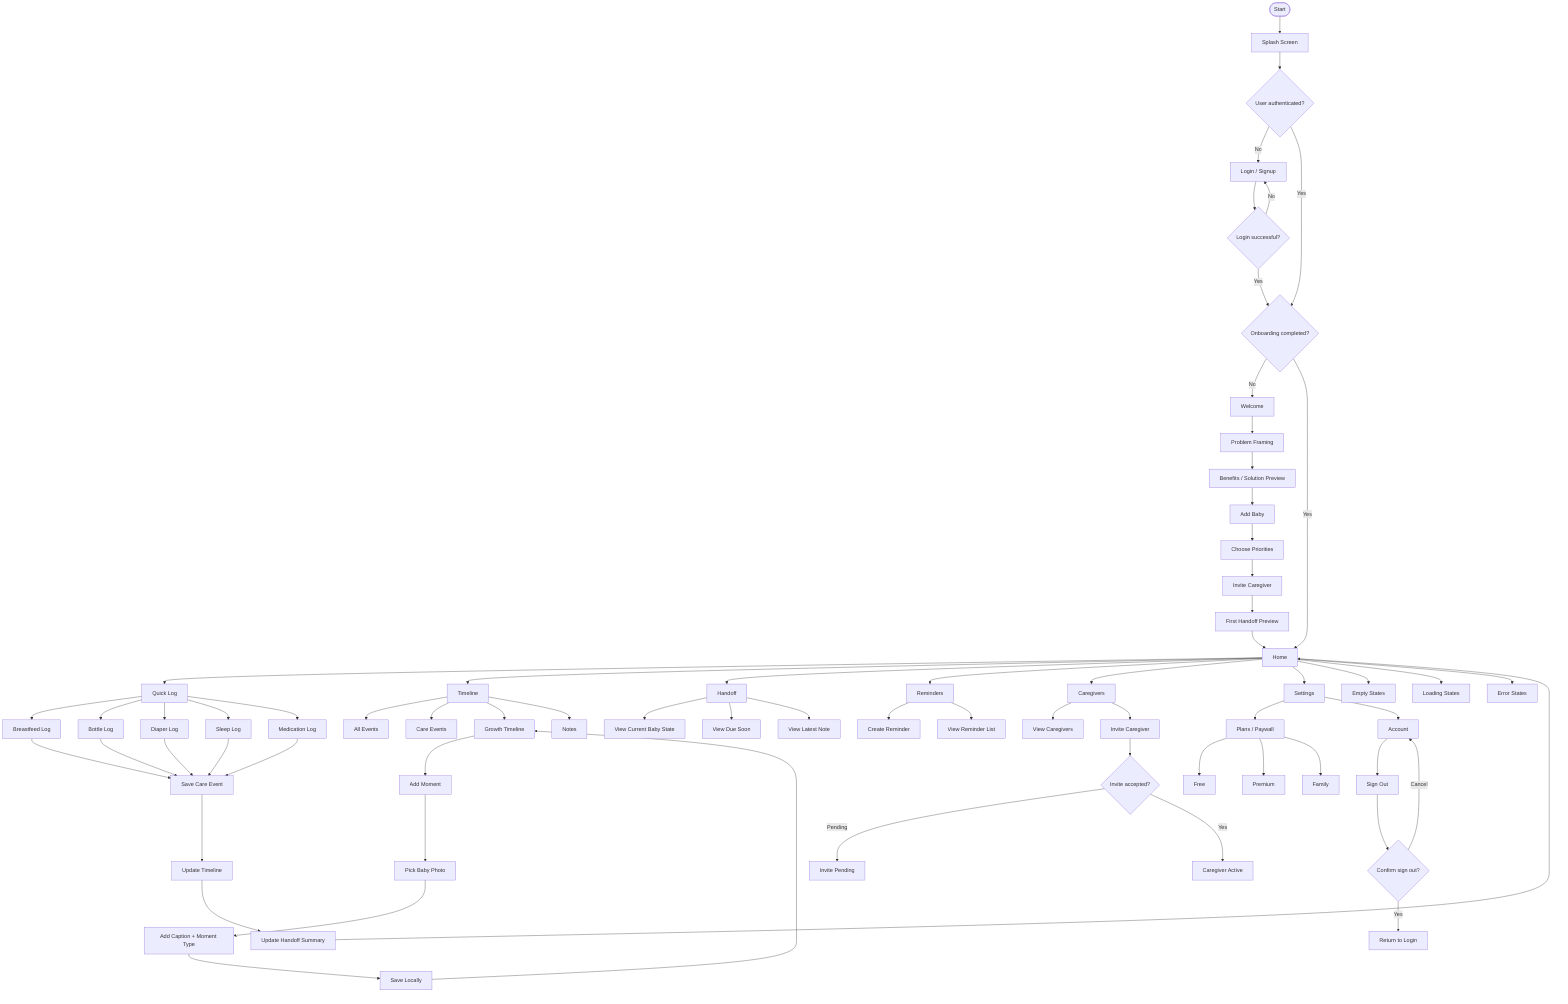
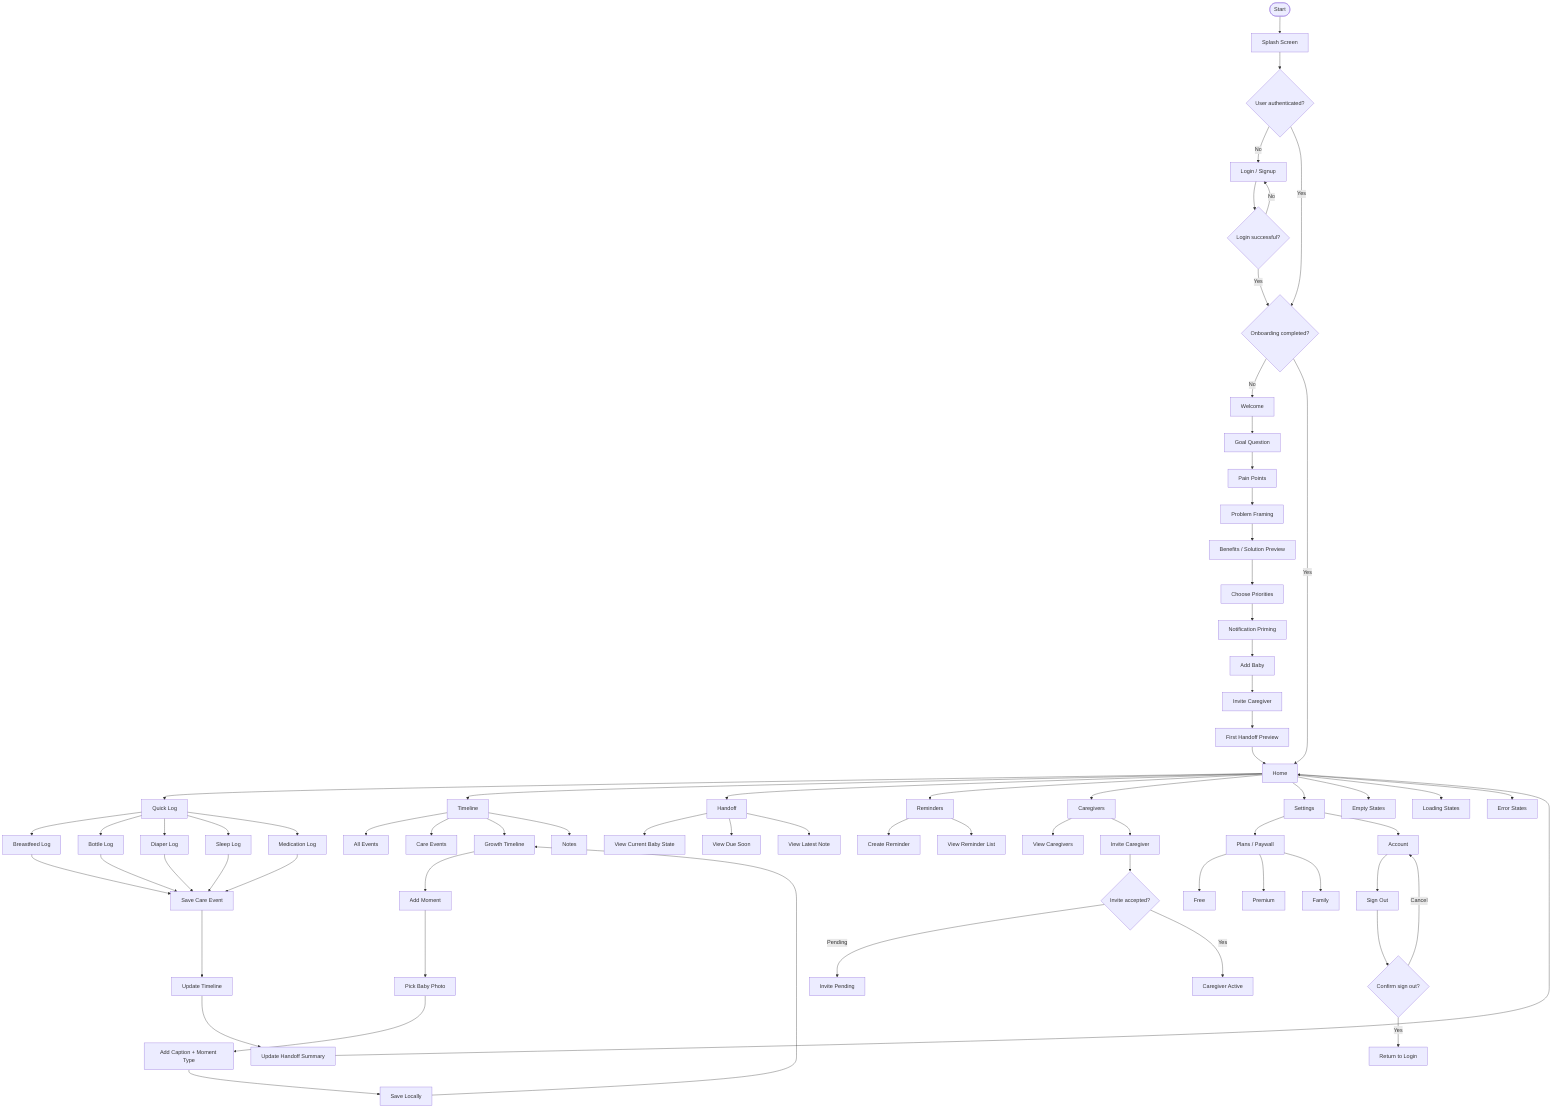
flowchart TD
    A([Start]) --> B[Splash Screen]
    B --> C{User authenticated?}

    C -- No --> D[Login / Signup]
    D --> E{Login successful?}
    E -- No --> D
    E -- Yes --> F{Onboarding completed?}

    C -- Yes --> F

    F -- No --> G[Welcome]
-     G --> H[Problem Framing]
-     H --> I[Benefits / Solution Preview]
-     I --> J[Add Baby]
-     J --> K[Choose Priorities]
-     K --> L[Invite Caregiver]
-     L --> M[First Handoff Preview]
-     M --> N[Home]
+     G --> H[Goal Question]
+     H --> I[Pain Points]
+     I --> J[Problem Framing]
+     J --> K[Benefits / Solution Preview]
+     K --> L[Choose Priorities]
+     L --> M[Notification Priming]
+     M --> M1[Add Baby]
+     M1 --> M2[Invite Caregiver]
+     M2 --> M3[First Handoff Preview]
+     M3 --> N[Home]

    F -- Yes --> N[Home]

    N --> O[Quick Log]
    O --> O1[Breastfeed Log]
    O --> O2[Bottle Log]
    O --> O3[Diaper Log]
    O --> O4[Sleep Log]
    O --> O5[Medication Log]

    O1 --> P[Save Care Event]
    O2 --> P
    O3 --> P
    O4 --> P
    O5 --> P

    P --> Q[Update Timeline]
    Q --> R[Update Handoff Summary]
    R --> N

    N --> S[Timeline]
    S --> S1[All Events]
    S --> S2[Care Events]
    S --> S3[Growth Timeline]
    S --> S4[Notes]

    S3 --> T[Add Moment]
    T --> T1[Pick Baby Photo]
    T1 --> T2[Add Caption + Moment Type]
    T2 --> T3[Save Locally]
    T3 --> S3

    N --> U[Handoff]
    U --> U1[View Current Baby State]
    U --> U2[View Due Soon]
    U --> U3[View Latest Note]

    N --> V[Reminders]
    V --> V1[Create Reminder]
    V --> V2[View Reminder List]

    N --> W[Caregivers]
    W --> W1[View Caregivers]
    W --> W2[Invite Caregiver]
    W2 --> W3{Invite accepted?}
    W3 -- Pending --> W4[Invite Pending]
    W3 -- Yes --> W5[Caregiver Active]

    N --> X[Settings]
    X --> X1[Plans / Paywall]
    X1 --> X1A[Free]
    X1 --> X1B[Premium]
    X1 --> X1C[Family]

    X --> X2[Account]
    X2 --> X3[Sign Out]
    X3 --> X4{Confirm sign out?}
    X4 -- Cancel --> X2
    X4 -- Yes --> Y[Return to Login]

    N --> Z1[Empty States]
    N --> Z2[Loading States]
    N --> Z3[Error States]
